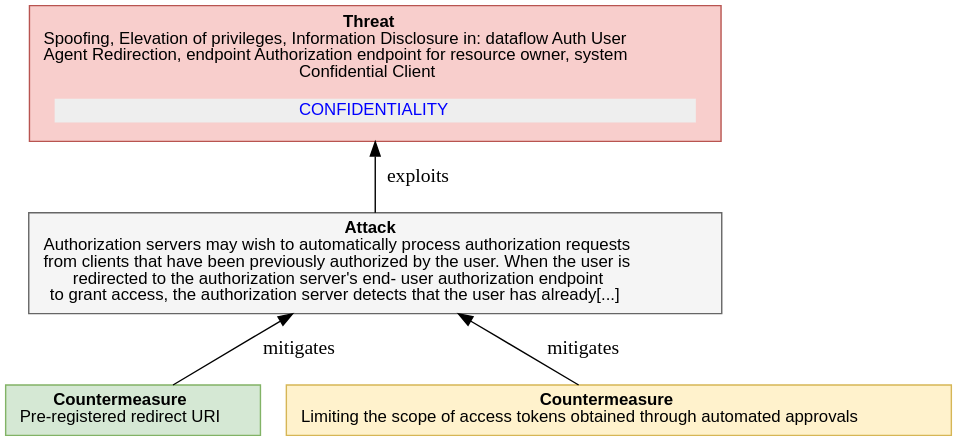
DavidCervigni/threat-models keeps this PlantUML diagram as report-examples/OAuth2/img/threatTree/PUBLIC_CLIENT_SPOOFING1.svg. Above is the earlier version. Its source is kept beside it as report-examples/OAuth2/img/threatTree/PUBLIC_CLIENT_SPOOFING1.puml.
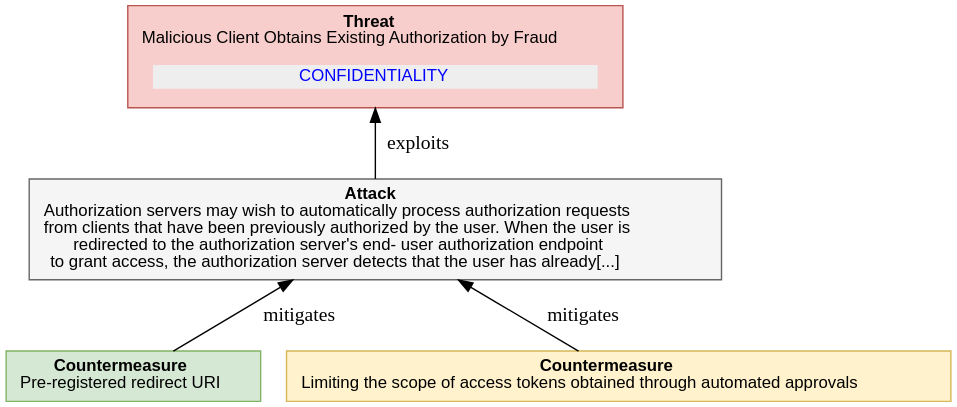
Later version of the same file.

Diff of the diagram source:
```diff
@@ -7,7 +7,7 @@
     <<table border="0" cellborder="0" cellspacing="0">
      <tr><td align="center"><b>Threat</b><br/>
 
-Spoofing, Elevation of privileges, Information Disclosure in: dataflow Auth User<br/>Agent Redirection, endpoint Authorization endpoint for resource owner, system<br/>Confidential Client
+Malicious Client Obtains Existing Authorization by Fraud
 </td></tr>
      <tr><td><table border="0" cellborder="0" cellspacing="8"><tr>
                 ret += secObj.linkedImpactMDText()
```
